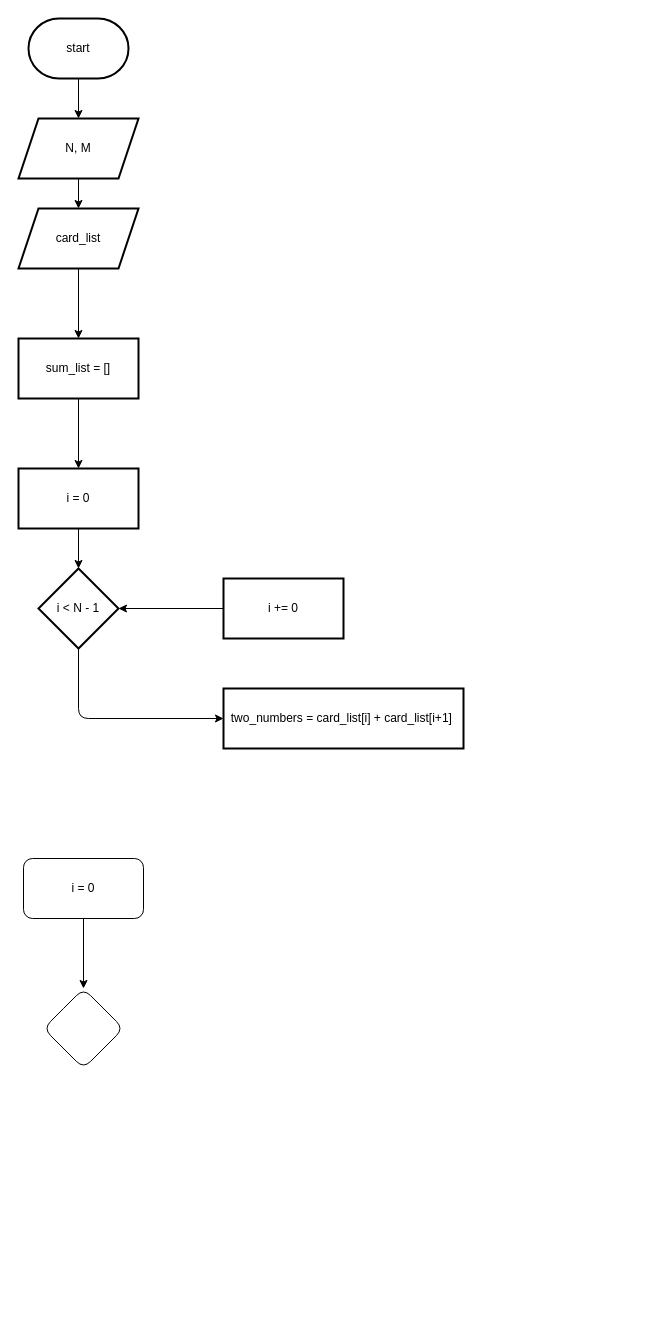
Gyeongrok-Oh/boj keeps this draw.io diagram as stage/10_bruteforce/2798.drawio. Above is the earlier version. Source tidied: cells renumbered, new cells numbered last; positions are measured from the earlier drawing's top-left corner, leaving out a move shared by most shapes. Both pictures are drawn from the tidied source at 100%, with x=0, y=0 at pixel (18, 18).
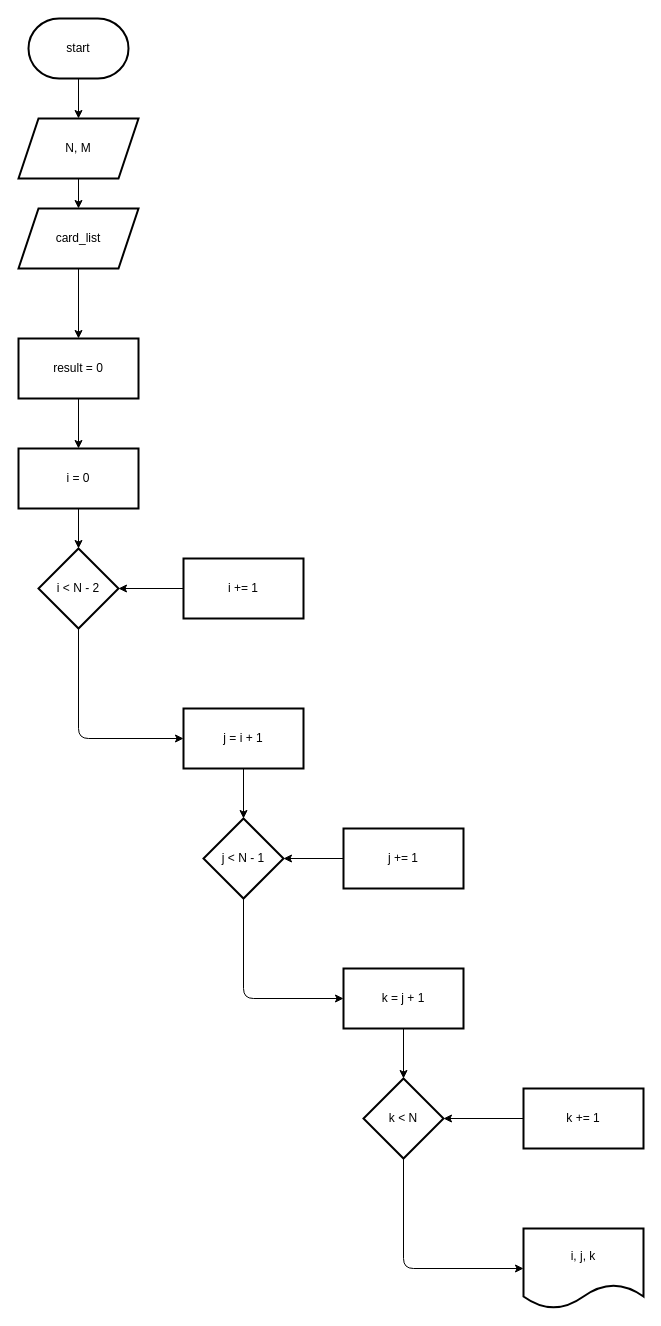
The same diagram, later.

The edit, as a diff of the source:
```diff
@@
-    <mxCell id="8" style="edgeStyle=none;html=1;" parent="1" edge="1" source="9" target="11">
-      <mxGeometry relative="1" as="geometry" />
-    </mxCell>
-    <mxCell id="9" value="i = 0" style="whiteSpace=wrap;html=1;strokeWidth=2;" parent="1" vertex="1">
-      <mxGeometry y="450" width="120" height="60" as="geometry" />
-    </mxCell>
-    <mxCell id="10" style="edgeStyle=none;html=1;" parent="1" edge="1" source="11" target="14">
-      <mxGeometry relative="1" as="geometry">
-        <Array as="points">
-          <mxPoint x="60" y="700" />
-        </Array>
-      </mxGeometry>
-    </mxCell>
-    <mxCell id="11" value="i &amp;lt; N - 1" style="rhombus;whiteSpace=wrap;html=1;strokeWidth=2;" parent="1" vertex="1">
-      <mxGeometry x="20" y="550" width="80" height="80" as="geometry" />
-    </mxCell>
-    <mxCell id="12" style="edgeStyle=none;html=1;" parent="1" edge="1" source="13" target="11">
-      <mxGeometry relative="1" as="geometry" />
-    </mxCell>
-    <mxCell id="13" value="i += 0" style="whiteSpace=wrap;html=1;strokeWidth=2;" parent="1" vertex="1">
-      <mxGeometry x="205" y="560" width="120" height="60" as="geometry" />
-    </mxCell>
-    <mxCell id="14" value="two_numbers = card_list[i] + card_list[i+1]&amp;nbsp;" style="whiteSpace=wrap;html=1;strokeWidth=2;" parent="1" vertex="1">
-      <mxGeometry x="205" y="670" width="240" height="60" as="geometry" />
-    </mxCell>
@@
-    <mxCell id="16" value="sum_list = []" style="whiteSpace=wrap;html=1;strokeWidth=2;" parent="1" vertex="1">
+    <mxCell id="16" value="result = 0" style="whiteSpace=wrap;html=1;strokeWidth=2;" parent="1" vertex="1">
       <mxGeometry y="320" width="120" height="60" as="geometry" />
     </mxCell>
-    <mxCell id="17" style="edgeStyle=none;html=1;" parent="1" edge="1" source="18" target="19">
-      <mxGeometry relative="1" as="geometry" />
-    </mxCell>
-    <mxCell id="18" value="i = 0" style="rounded=1;whiteSpace=wrap;html=1;" parent="1" vertex="1">
-      <mxGeometry x="5" y="840" width="120" height="60" as="geometry" />
-    </mxCell>
-    <mxCell id="19" style="rhombus;whiteSpace=wrap;html=1;rounded=1;" parent="1" vertex="1">
-      <mxGeometry x="25" y="970" width="80" height="80" as="geometry" />
-    </mxCell>
+    <mxCell id="20" style="edgeStyle=none;html=1;" parent="1" edge="1" source="9" target="22">
+      <mxGeometry relative="1" as="geometry" />
+    </mxCell>
+    <mxCell id="9" value="i = 0" style="whiteSpace=wrap;html=1;strokeWidth=2;" parent="1" vertex="1">
+      <mxGeometry y="430" width="120" height="60" as="geometry" />
+    </mxCell>
+    <mxCell id="21" style="edgeStyle=none;html=1;" parent="1" edge="1" source="22" target="26">
+      <mxGeometry relative="1" as="geometry">
+        <Array as="points">
+          <mxPoint x="60" y="720" />
+        </Array>
+      </mxGeometry>
+    </mxCell>
+    <mxCell id="22" value="i &amp;lt; N - 2" style="rhombus;whiteSpace=wrap;html=1;strokeWidth=2;" parent="1" vertex="1">
+      <mxGeometry x="20" y="530" width="80" height="80" as="geometry" />
+    </mxCell>
+    <mxCell id="23" style="edgeStyle=none;html=1;" parent="1" edge="1" source="24" target="22">
+      <mxGeometry relative="1" as="geometry" />
+    </mxCell>
+    <mxCell id="24" value="i += 1" style="whiteSpace=wrap;html=1;strokeWidth=2;" parent="1" vertex="1">
+      <mxGeometry x="165" y="540" width="120" height="60" as="geometry" />
+    </mxCell>
+    <mxCell id="25" style="edgeStyle=none;html=1;" parent="1" edge="1" source="26" target="28">
+      <mxGeometry relative="1" as="geometry" />
+    </mxCell>
+    <mxCell id="26" value="j = i + 1" style="whiteSpace=wrap;html=1;strokeWidth=2;" parent="1" vertex="1">
+      <mxGeometry x="165" y="690" width="120" height="60" as="geometry" />
+    </mxCell>
+    <mxCell id="27" style="edgeStyle=none;html=1;" parent="1" edge="1" source="28" target="32">
+      <mxGeometry relative="1" as="geometry">
+        <Array as="points">
+          <mxPoint x="225" y="980" />
+        </Array>
+      </mxGeometry>
+    </mxCell>
+    <mxCell id="28" value="j &amp;lt; N - 1" style="rhombus;whiteSpace=wrap;html=1;strokeWidth=2;" parent="1" vertex="1">
+      <mxGeometry x="185" y="800" width="80" height="80" as="geometry" />
+    </mxCell>
+    <mxCell id="29" style="edgeStyle=none;html=1;" parent="1" edge="1" source="30" target="28">
+      <mxGeometry relative="1" as="geometry" />
+    </mxCell>
+    <mxCell id="30" value="j += 1" style="whiteSpace=wrap;html=1;strokeWidth=2;" parent="1" vertex="1">
+      <mxGeometry x="325" y="810" width="120" height="60" as="geometry" />
+    </mxCell>
+    <mxCell id="31" style="edgeStyle=none;html=1;" parent="1" edge="1" source="32" target="34">
+      <mxGeometry relative="1" as="geometry" />
+    </mxCell>
+    <mxCell id="32" value="k = j + 1" style="whiteSpace=wrap;html=1;strokeWidth=2;" parent="1" vertex="1">
+      <mxGeometry x="325" y="950" width="120" height="60" as="geometry" />
+    </mxCell>
+    <mxCell id="33" style="edgeStyle=none;html=1;" parent="1" edge="1" source="34" target="37">
+      <mxGeometry relative="1" as="geometry">
+        <Array as="points">
+          <mxPoint x="385" y="1250" />
+        </Array>
+      </mxGeometry>
+    </mxCell>
+    <mxCell id="34" value="k &amp;lt; N" style="rhombus;whiteSpace=wrap;html=1;strokeWidth=2;" parent="1" vertex="1">
+      <mxGeometry x="345" y="1060" width="80" height="80" as="geometry" />
+    </mxCell>
+    <mxCell id="35" style="edgeStyle=none;html=1;" parent="1" edge="1" source="36" target="34">
+      <mxGeometry relative="1" as="geometry" />
+    </mxCell>
+    <mxCell id="36" value="k += 1" style="whiteSpace=wrap;html=1;strokeWidth=2;" parent="1" vertex="1">
+      <mxGeometry x="505" y="1070" width="120" height="60" as="geometry" />
+    </mxCell>
+    <mxCell id="37" value="i, j, k" style="shape=document;whiteSpace=wrap;html=1;boundedLbl=1;strokeWidth=2;" parent="1" vertex="1">
+      <mxGeometry x="505" y="1210" width="120" height="80" as="geometry" />
+    </mxCell>
```
